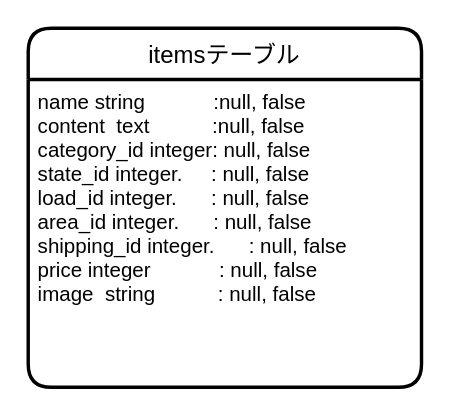
Before: furima.dio in eri0406/furima-backend, a draw.io diagram. Source tidied: cells renumbered, new cells numbered last; positions are measured from the earlier drawing's top-left corner, leaving out a move shared by most shapes. Both pictures are drawn from the tidied source at 171%, with x=0, y=0 at pixel (27, 27).
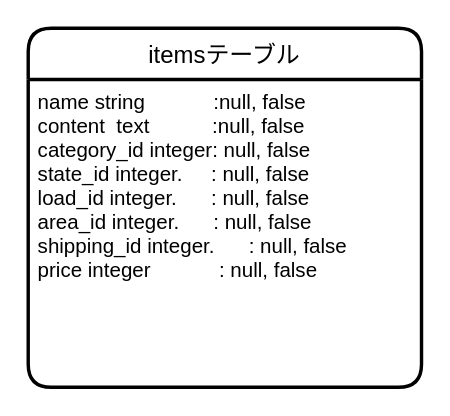
After the change.

The edit, as a diff of the source:
```diff
@@
 <mxGraphModel>
   <root>
     <mxCell id="0" />
     <mxCell id="1" parent="0" />
     <mxCell id="2" value="itemsテーブル" style="swimlane;horizontal=1;startSize=30;rounded=1;fontSize=14;fontStyle=0;strokeWidth=2;shadow=0;dashed=0;align=center;" parent="1" vertex="1">
       <mxGeometry width="230" height="210" as="geometry" />
     </mxCell>
-    <mxCell id="3" value="name string            :null, false&#10;content  text           :null, false&#10;category_id integer: null, false&#10;state_id integer.     : null, false&#10;load_id integer.      : null, false&#10;area_id integer.      : null, false&#10;shipping_id integer.      : null, false&#10;price integer            : null, false&#10;image  string           : null, false&#10;" style="align=left;strokeColor=none;fillColor=none;spacingLeft=4;fontSize=12;verticalAlign=top;" parent="2" vertex="1">
+    <mxCell id="3" value="name string            :null, false&#10;content  text           :null, false&#10;category_id integer: null, false&#10;state_id integer.     : null, false&#10;load_id integer.      : null, false&#10;area_id integer.      : null, false&#10;shipping_id integer.      : null, false&#10;price integer            : null, false&#10;" style="align=left;strokeColor=none;fillColor=none;spacingLeft=4;fontSize=12;verticalAlign=top;" parent="2" vertex="1">
       <mxGeometry y="30" width="230" height="180" as="geometry" />
     </mxCell>
   </root>
 </mxGraphModel>
```
